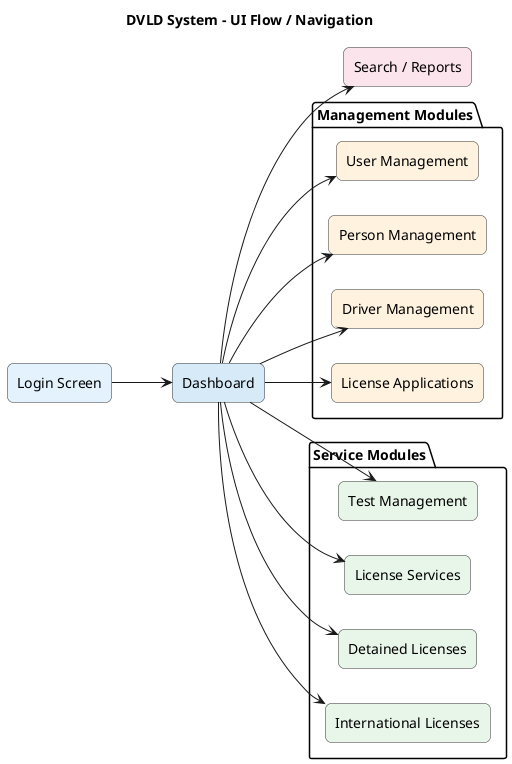
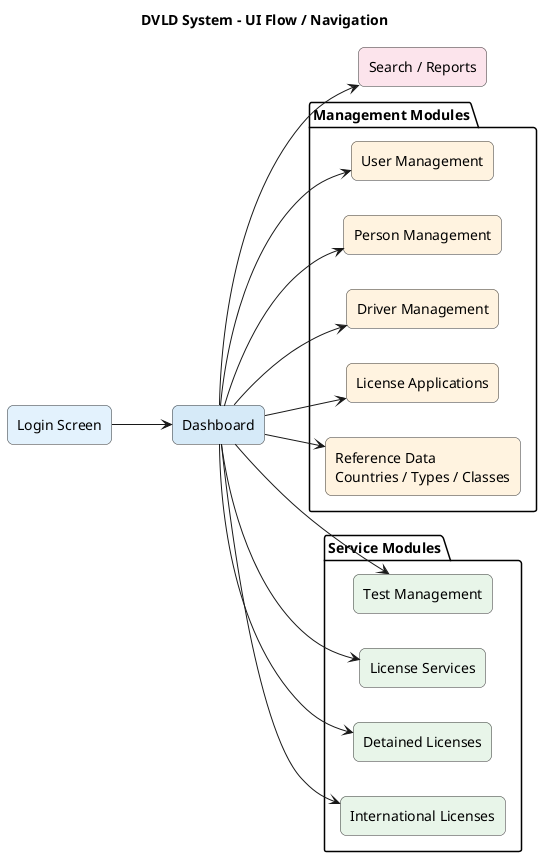
@startuml ui-flow-navigation.puml
title DVLD System - UI Flow / Navigation

left to right direction
skinparam shadowing false

skinparam rectangle {
  RoundCorner 12
  BorderColor #333333
}

rectangle "Login Screen" as Login #E3F2FD
rectangle "Dashboard" as Dashboard #D6EAF8

package "Management Modules" {

rectangle "User Management" as UserMgmt #FFF3E0
rectangle "Person Management" as PersonMgmt #FFF3E0
rectangle "Driver Management" as DriverMgmt #FFF3E0
rectangle "License Applications" as AppMgmt #FFF3E0
+ rectangle "Reference Data\nCountries / Types / Classes" as ReferenceData #FFF3E0

}

package "Service Modules" {

rectangle "Test Management" as TestMgmt #E8F5E9
rectangle "License Services" as LicenseServices #E8F5E9
rectangle "Detained Licenses" as Detained #E8F5E9
rectangle "International Licenses" as International #E8F5E9

}

rectangle "Search / Reports" as SearchReports #FCE4EC

Login --> Dashboard

Dashboard --> UserMgmt
Dashboard --> PersonMgmt
Dashboard --> DriverMgmt
Dashboard --> AppMgmt
+ Dashboard --> ReferenceData

Dashboard --> TestMgmt
Dashboard --> LicenseServices
Dashboard --> Detained
Dashboard --> International

Dashboard --> SearchReports

- @enduml+ @enduml
